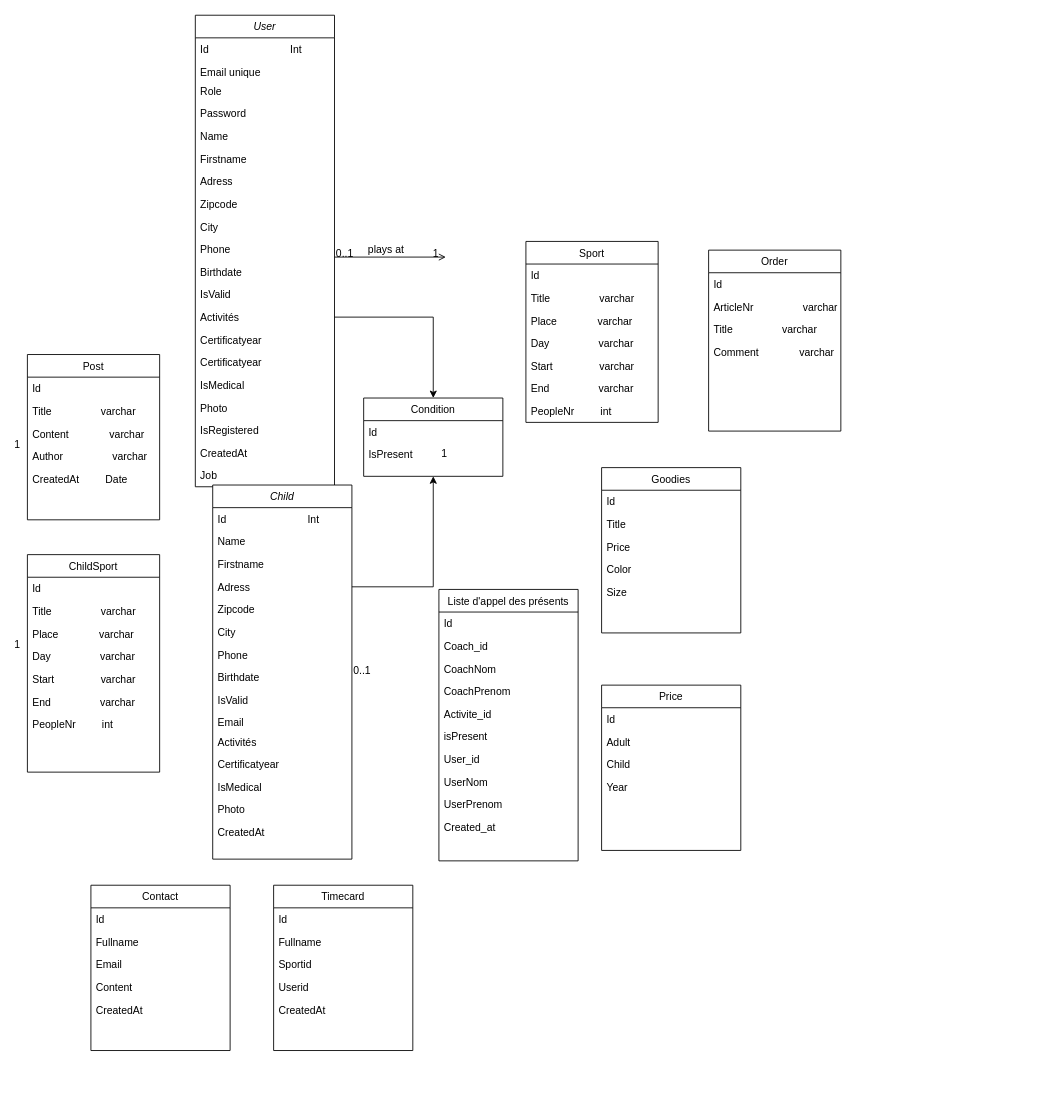
Earlier version of the draw.io diagram asdec/Diagramme de classe bon.drawio (cyrisa02/diagrammes-UML). Source tidied: cells renumbered, new cells numbered last; positions are measured from the earlier drawing's top-left corner, leaving out a move shared by most shapes. Both pictures are drawn from the tidied source at 87%, with x=0, y=0 at pixel (21, 15).
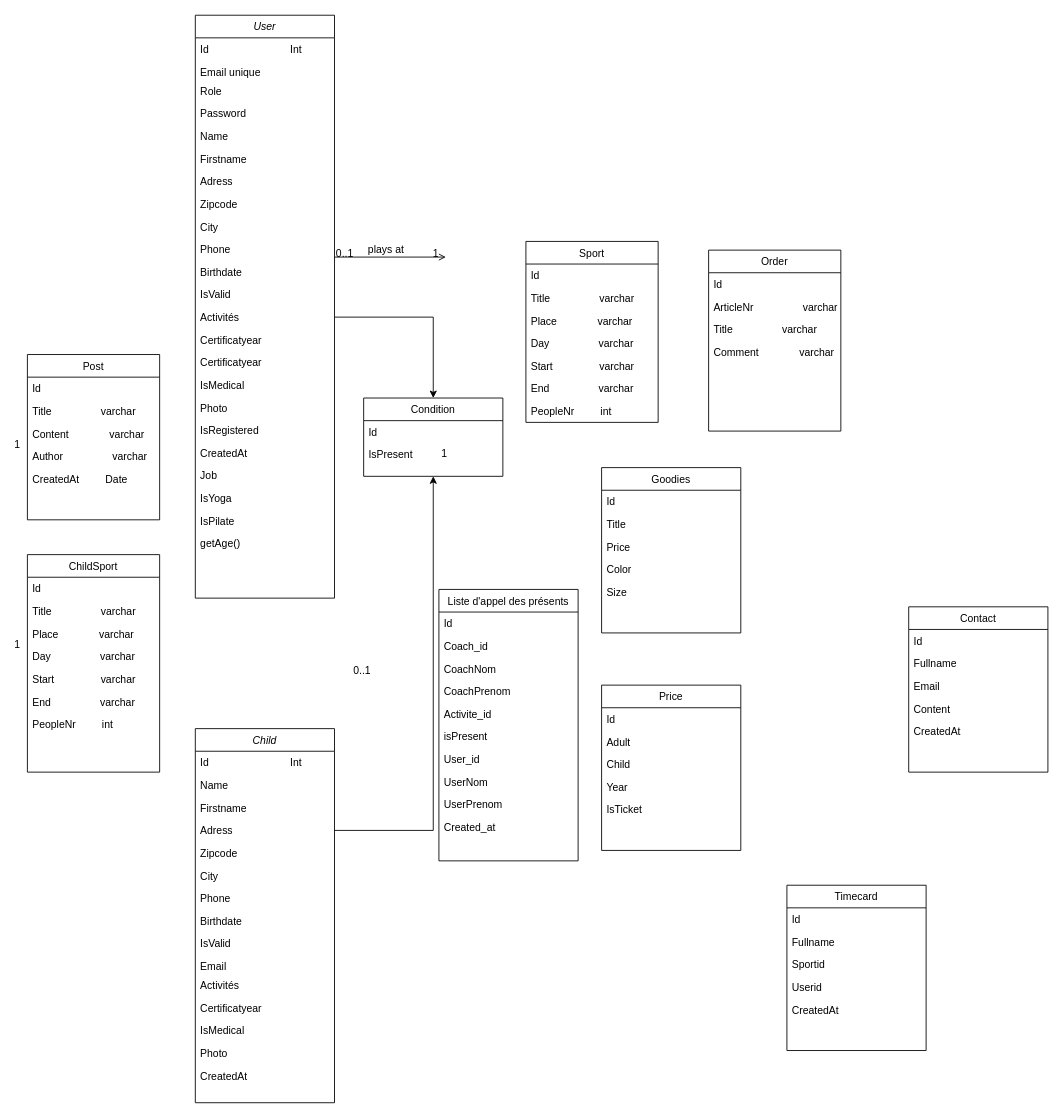
The same diagram, later.

Commit message:
Mettre à jour Diagramme de classe bon.drawio

The change refers to these unchanged cells:
```xml
<mxCell id="91" value="Price" style="swimlane;fontStyle=0;align=center;verticalAlign=top;horizontal=1;startSize=26;rounded=0;shadow=0;strokeWidth=1;" parent="1" vertex="1">
  <mxGeometry x="667" y="770" width="160" height="190" as="geometry" />
</mxCell>
```

Change to the diagram source:
```diff
@@
     <mxCell id="2" value="User" style="swimlane;fontStyle=2;align=center;verticalAlign=top;horizontal=1;startSize=26;rounded=0;shadow=0;strokeWidth=1;" parent="1" vertex="1">
-      <mxGeometry x="200" width="160" height="542" as="geometry" />
+      <mxGeometry x="200" width="160" height="670" as="geometry" />
     </mxCell>
@@
+    <mxCell id="113" value="IsYoga" style="text;align=left;verticalAlign=top;spacingLeft=4;spacingRight=4;overflow=hidden;" parent="2" vertex="1">
+      <mxGeometry y="542" width="160" height="26" as="geometry" />
+    </mxCell>
+    <mxCell id="114" value="IsPilate" style="text;align=left;verticalAlign=top;spacingLeft=4;spacingRight=4;overflow=hidden;" parent="2" vertex="1">
+      <mxGeometry y="568" width="160" height="26" as="geometry" />
+    </mxCell>
+    <mxCell id="115" value="getAge()" style="text;align=left;verticalAlign=top;spacingLeft=4;spacingRight=4;overflow=hidden;" parent="2" vertex="1">
+      <mxGeometry y="594" width="160" height="26" as="geometry" />
+    </mxCell>
@@
     <mxCell id="61" value="Child" style="swimlane;fontStyle=2;align=center;verticalAlign=top;horizontal=1;startSize=26;rounded=0;shadow=0;strokeWidth=1;" parent="1" vertex="1">
-      <mxGeometry x="220" y="540" width="160" height="430" as="geometry" />
+      <mxGeometry x="200" y="820" width="160" height="430" as="geometry" />
     </mxCell>
@@
+    <mxCell id="116" value="IsTicket" style="text;align=left;verticalAlign=top;spacingLeft=4;spacingRight=4;overflow=hidden;" parent="91" vertex="1">
+      <mxGeometry y="130" width="160" height="26" as="geometry" />
+    </mxCell>
     <mxCell id="96" value="Contact" style="swimlane;fontStyle=0;align=center;verticalAlign=top;horizontal=1;startSize=26;rounded=0;shadow=0;strokeWidth=1;" parent="1" vertex="1">
-      <mxGeometry x="80" y="1000" width="160" height="190" as="geometry" />
+      <mxGeometry x="1020" y="680" width="160" height="190" as="geometry" />
     </mxCell>
@@
     <mxCell id="102" value="Timecard" style="swimlane;fontStyle=0;align=center;verticalAlign=top;horizontal=1;startSize=26;rounded=0;shadow=0;strokeWidth=1;" parent="1" vertex="1">
-      <mxGeometry x="290" y="1000" width="160" height="190" as="geometry" />
+      <mxGeometry x="880" y="1000" width="160" height="190" as="geometry" />
     </mxCell>
```
